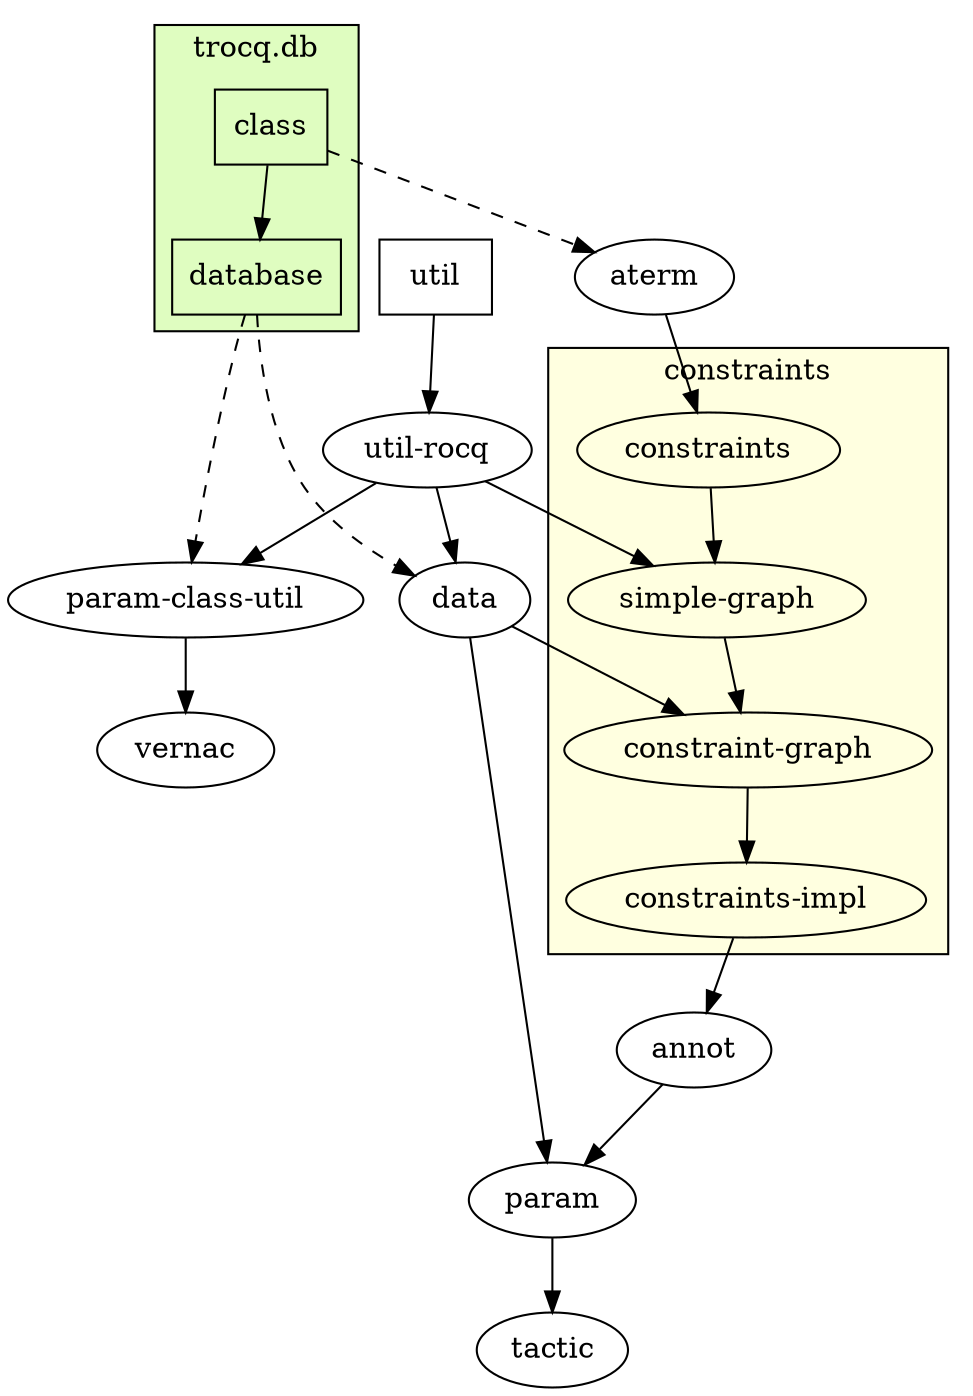
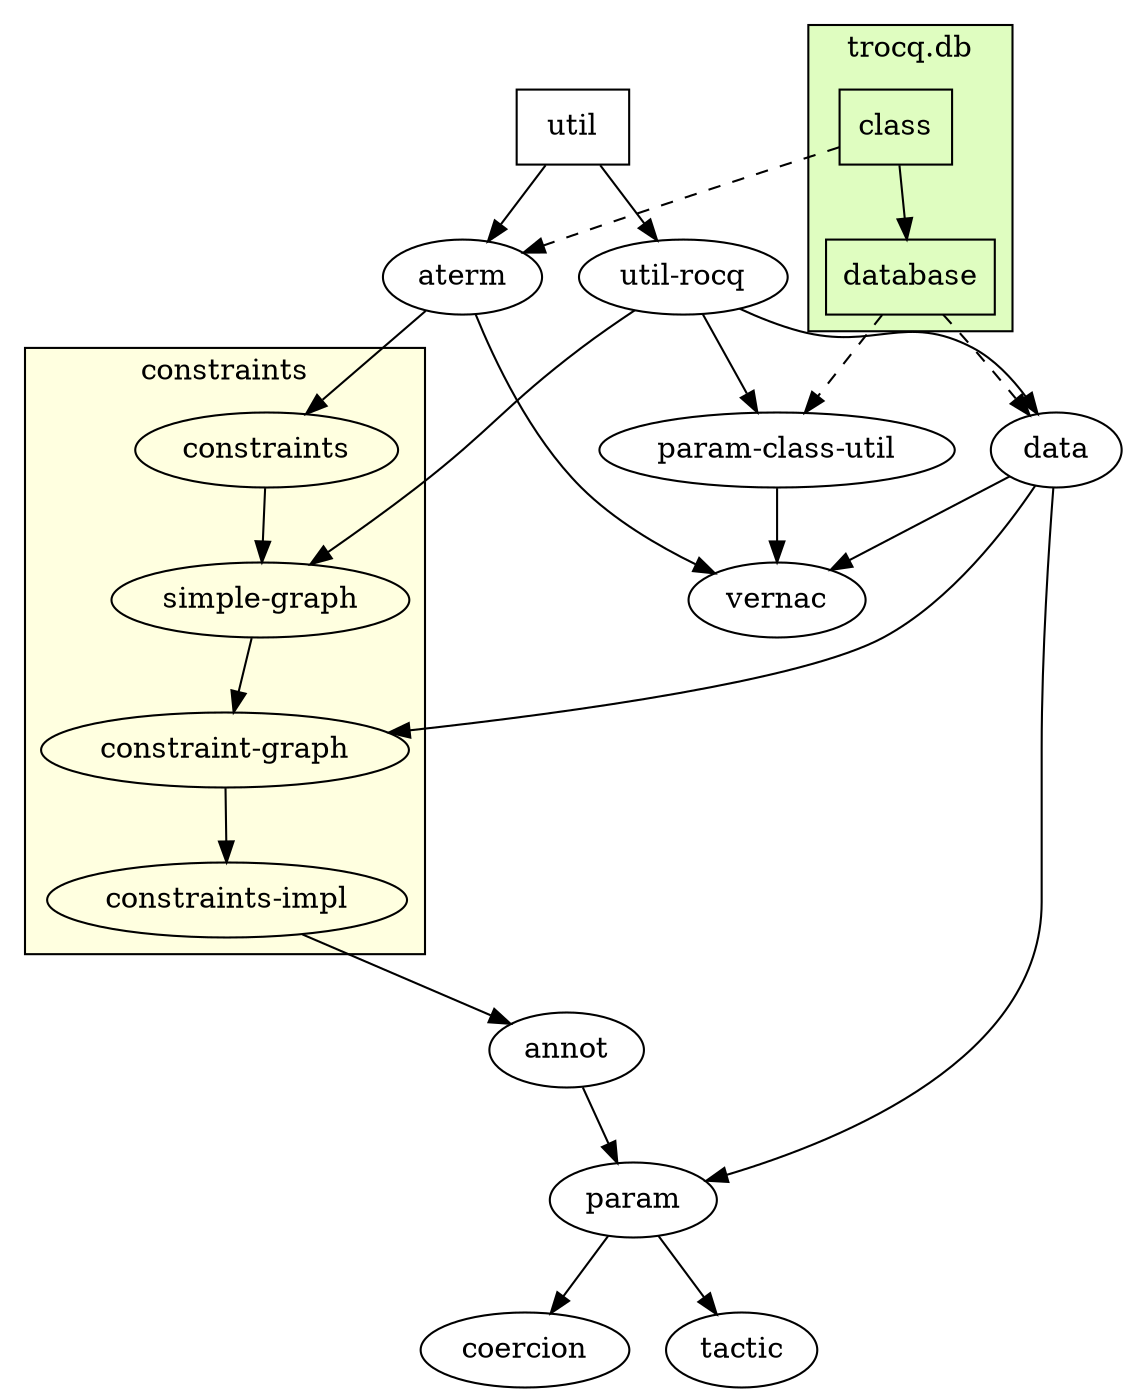
digraph {

    # STYLE
    rankdir=TB; # Dependencies are from top to bottom

    ## ELPI FILES
    "class" [shape=box, URL="https://github.com/rocq-community/trocq/blob/master/elpi/class.elpi"];
    "util" [shape=box, URL="https://github.com/rocq-community/trocq/blob/master/elpi/util.elpi"];
    "util-rocq" [URL="https://github.com/rocq-community/trocq/blob/master/elpi/util-rocq.elpi"];
    "database" [shape=box, URL="https://github.com/rocq-community/trocq/blob/master/elpi/database.elpi"];
    "aterm" [URL="https://github.com/rocq-community/trocq/blob/master/elpi/aterm.elpi"];
    "constraints" [URL="https://github.com/rocq-community/trocq/blob/master/elpi/constraints/constraints.elpi"];
+     "coercion" [URL="https://github.com/rocq-community/trocq/blob/master/elpi/coercion.elpi"];
    "simple-graph" [URL="https://github.com/rocq-community/trocq/blob/master/elpi/constraints/simple-graph.elpi"];
    "constraint-graph" [URL="https://github.com/rocq-community/trocq/blob/master/elpi/constraints/constraint-graph.elpi"];
    "constraints-impl" [URL="https://github.com/rocq-community/trocq/blob/master/elpi/constraints/constraints-impl.elpi"];
    "annot" [URL="https://github.com/rocq-community/trocq/blob/master/elpi/annot.elpi"];
    "data" [URL="https://github.com/rocq-community/trocq/blob/master/elpi/data.elpi"];
    "param-class-util" [URL="https://github.com/rocq-community/trocq/blob/master/elpi/param-class-util.elpi"];
    "param" [URL="https://github.com/rocq-community/trocq/blob/master/elpi/param.elpi"];
    "tactic" [URL="https://github.com/rocq-community/trocq/blob/master/elpi/tactic.elpi"];
    "vernac" [URL="https://github.com/rocq-community/trocq/blob/master/elpi/vernac.elpi"];

    ## DEPENDENCIES
-     "util" -> "util-rocq";
+     "util" -> {"aterm" "util-rocq"};
    "util-rocq" -> {"data" "param-class-util" "simple-graph"};
    "class" -> "database";
    "class" -> "aterm" [style="dashed"];
    "database" -> {"data" "param-class-util"} [style="dashed"];
-     "aterm" -> "constraints";
+     "aterm" -> {"constraints" "vernac"};
    "constraints" -> "simple-graph";
    "simple-graph" -> "constraint-graph";
    "constraint-graph" -> "constraints-impl";
    "constraints-impl" -> "annot";
    "annot" -> "param";
-     "data" -> {"param"  "constraint-graph"};
+     "data" -> {"param"  "constraint-graph" "vernac"};
    "param-class-util" -> "vernac";
-     "param" -> "tactic";
+     "param" -> {"coercion" "tactic"};

    ## CLUSTERS
    subgraph cluster_trocqdb {
        label="trocq.db";
        style=filled;
        fillcolor="#dffdc0";
        "class" "database";
    }
    subgraph cluster_constraints {
        labelloc="r";
        label="constraints";
        style=filled;
        fillcolor=lightyellow;
        URL="https://github.com/rocq-community/trocq/tree/master/elpi/constraints";
        "constraints" "simple-graph" "constraint-graph" "constraints-impl";
    }
}
